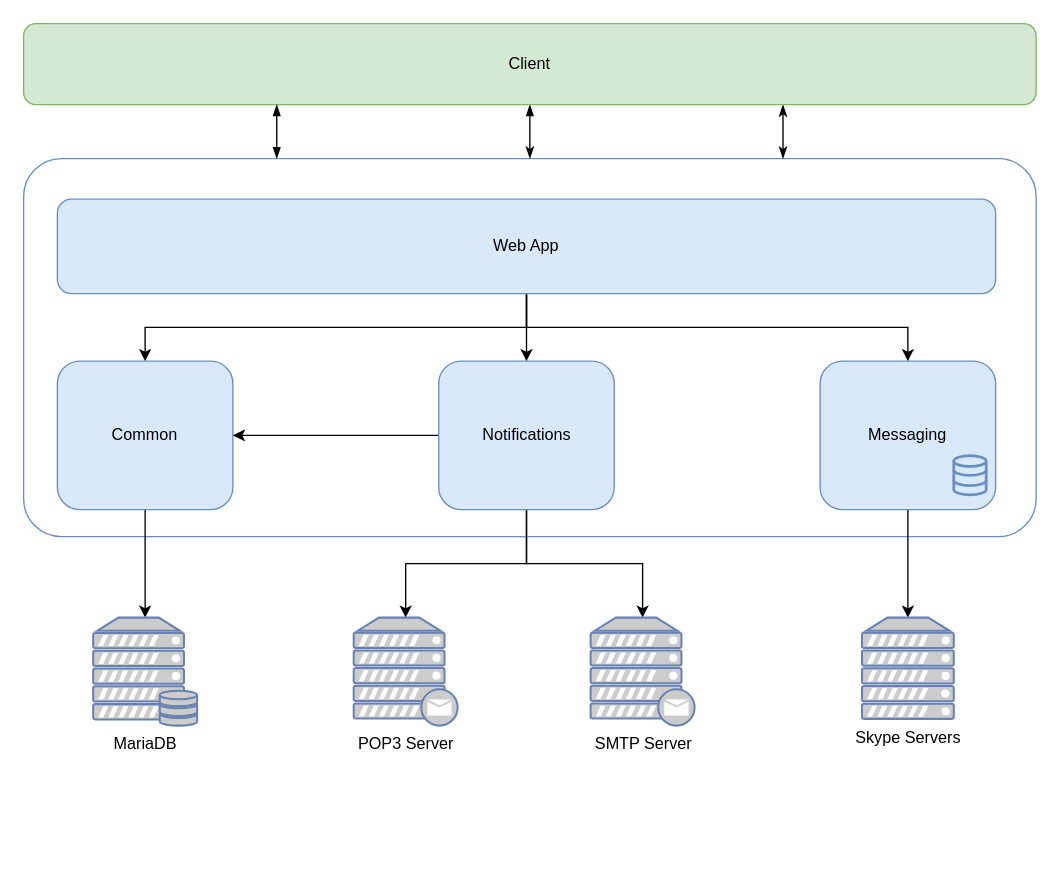
The draw.io diagram resources/FoodBot.drawio in laxsrbija/foodbot, before the edit. Source tidied: cells renumbered, new cells numbered last; positions are measured from the earlier drawing's top-left corner, leaving out a move shared by most shapes. Both pictures are drawn from the tidied source at 135%, with x=0, y=0 at pixel (23, 23). Pictures stored in the file or linked from it are replaced by grey dashed boxes.
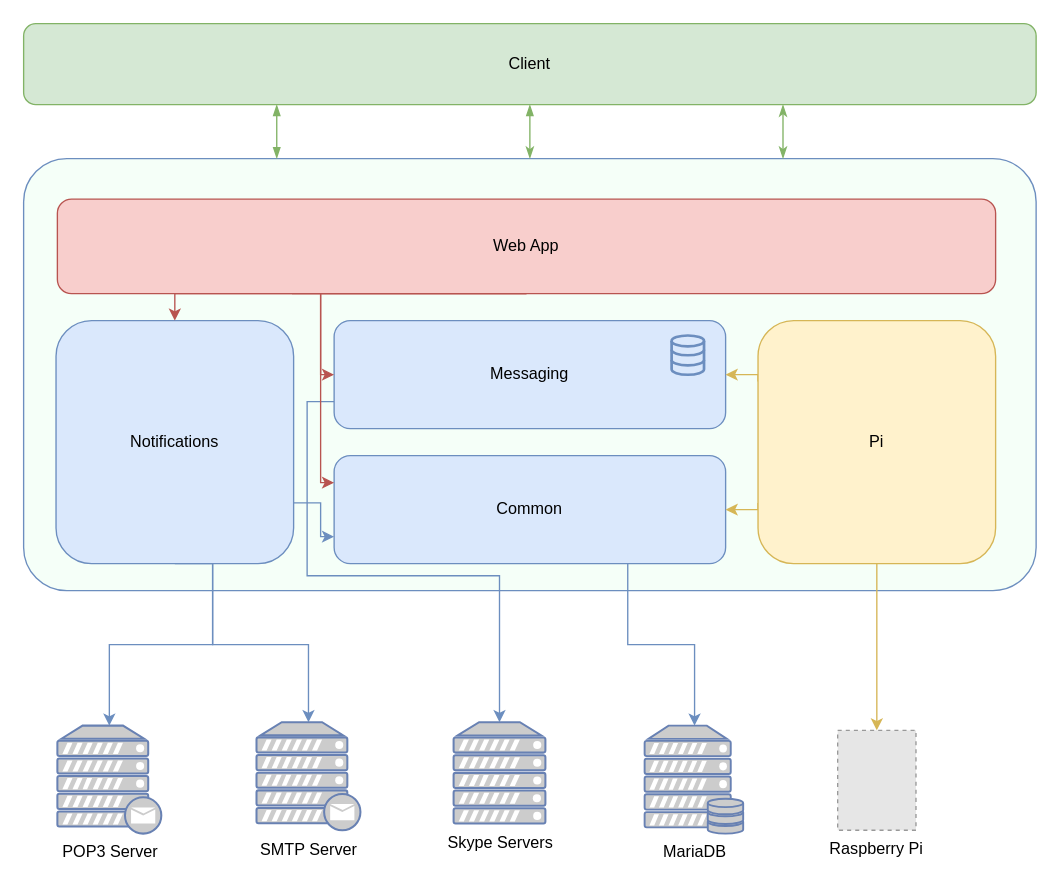
The same diagram, later.

The change refers to these unchanged cells:
```xml
<mxCell id="22" value="Client" style="rounded=1;whiteSpace=wrap;html=1;dashed=0;strokeColor=#82b366;fillColor=#d5e8d4;" parent="1" vertex="1">
  <mxGeometry width="750" height="60" as="geometry" />
</mxCell>
```

What changed in the source:
```diff
@@
-    <mxCell id="2" style="rounded=1;arcSize=10;strokeColor=#6c8ebf;fillColor=none;dashed=0;html=1;" parent="1" vertex="1">
-      <mxGeometry y="100" width="750" height="280" as="geometry" />
+    <mxCell id="2" style="rounded=1;arcSize=10;strokeColor=#6c8ebf;fillColor=#F5FFF8;dashed=0;html=1;" parent="1" vertex="1">
+      <mxGeometry y="100" width="750" height="320" as="geometry" />
     </mxCell>
-    <mxCell id="3" style="edgeStyle=orthogonalEdgeStyle;rounded=0;jettySize=auto;html=1;exitX=0.5;exitY=1;exitDx=0;exitDy=0;" parent="1" edge="1" source="4" target="18">
-      <mxGeometry relative="1" as="geometry" />
-    </mxCell>
+    <mxCell id="24" style="edgeStyle=orthogonalEdgeStyle;rounded=0;jettySize=auto;html=1;exitX=0.75;exitY=1;exitDx=0;exitDy=0;fillColor=#dae8fc;strokeColor=#6c8ebf;" parent="1" edge="1" source="4">
+      <mxGeometry relative="1" as="geometry">
+        <mxPoint x="497" y="520" as="targetPoint" />
+        <Array as="points">
+          <mxPoint x="448" y="460" />
+          <mxPoint x="497" y="460" />
+        </Array>
+      </mxGeometry>
+    </mxCell>
     <mxCell id="4" value="Common" style="rounded=1;whiteSpace=wrap;html=1;dashed=0;fillColor=#dae8fc;strokeColor=#6c8ebf;" parent="1" vertex="1">
-      <mxGeometry x="25" y="250" width="130" height="110" as="geometry" />
+      <mxGeometry x="230" y="320" width="290" height="80" as="geometry" />
     </mxCell>
-    <mxCell id="5" style="edgeStyle=orthogonalEdgeStyle;rounded=0;jettySize=auto;html=1;exitX=0.5;exitY=1;exitDx=0;exitDy=0;fontColor=#000000;" parent="1" edge="1" source="6" target="17">
-      <mxGeometry relative="1" as="geometry" />
+    <mxCell id="5" style="edgeStyle=orthogonalEdgeStyle;rounded=0;jettySize=auto;html=1;exitX=0;exitY=0.75;exitDx=0;exitDy=0;entryX=0.5;entryY=0;entryDx=0;entryDy=0;entryPerimeter=0;fillColor=#dae8fc;strokeColor=#6c8ebf;" parent="1" edge="1" source="6" target="17">
+      <mxGeometry relative="1" as="geometry">
+        <Array as="points">
+          <mxPoint x="210" y="280" />
+          <mxPoint x="210" y="409" />
+          <mxPoint x="352" y="409" />
+        </Array>
+      </mxGeometry>
     </mxCell>
     <mxCell id="6" value="Messaging" style="rounded=1;whiteSpace=wrap;html=1;dashed=0;fillColor=#dae8fc;strokeColor=#6c8ebf;" parent="1" vertex="1">
-      <mxGeometry x="590" y="250" width="130" height="110" as="geometry" />
+      <mxGeometry x="230" y="220" width="290" height="80" as="geometry" />
     </mxCell>
-    <mxCell id="7" style="edgeStyle=orthogonalEdgeStyle;rounded=0;jettySize=auto;html=1;exitX=0;exitY=0.5;exitDx=0;exitDy=0;" parent="1" edge="1" source="10" target="4">
-      <mxGeometry relative="1" as="geometry" />
-    </mxCell>
-    <mxCell id="8" style="edgeStyle=orthogonalEdgeStyle;rounded=0;jettySize=auto;html=1;exitX=0.5;exitY=1;exitDx=0;exitDy=0;entryX=0.5;entryY=0;entryDx=0;entryDy=0;entryPerimeter=0;" parent="1" edge="1" source="10" target="16">
-      <mxGeometry relative="1" as="geometry" />
+    <mxCell id="8" style="edgeStyle=orthogonalEdgeStyle;rounded=0;jettySize=auto;html=1;exitX=0.5;exitY=1;exitDx=0;exitDy=0;entryX=0.5;entryY=0;entryDx=0;entryDy=0;entryPerimeter=0;fillColor=#dae8fc;strokeColor=#6c8ebf;" parent="1" edge="1" source="10" target="16">
+      <mxGeometry relative="1" as="geometry">
+        <Array as="points">
+          <mxPoint x="140" y="400" />
+          <mxPoint x="140" y="460" />
+          <mxPoint x="63" y="460" />
+        </Array>
+      </mxGeometry>
     </mxCell>
-    <mxCell id="9" style="edgeStyle=orthogonalEdgeStyle;rounded=0;jettySize=auto;html=1;fontColor=#000000;" parent="1" edge="1" source="10" target="19">
-      <mxGeometry relative="1" as="geometry" />
+    <mxCell id="9" style="edgeStyle=orthogonalEdgeStyle;rounded=0;jettySize=auto;html=1;fontColor=#000000;fillColor=#dae8fc;strokeColor=#6c8ebf;" parent="1" edge="1" source="10" target="19">
+      <mxGeometry relative="1" as="geometry">
+        <Array as="points">
+          <mxPoint x="140" y="460" />
+          <mxPoint x="211" y="460" />
+        </Array>
+      </mxGeometry>
     </mxCell>
+    <mxCell id="7" style="edgeStyle=elbowEdgeStyle;rounded=0;jettySize=auto;html=1;exitX=1;exitY=0.75;exitDx=0;exitDy=0;entryX=0;entryY=0.75;entryDx=0;entryDy=0;fillColor=#dae8fc;strokeColor=#6c8ebf;" parent="1" edge="1" source="10" target="4">
+      <mxGeometry relative="1" as="geometry">
+        <Array as="points">
+          <mxPoint x="220" y="370" />
+        </Array>
+      </mxGeometry>
+    </mxCell>
     <mxCell id="10" value="Notifications" style="rounded=1;whiteSpace=wrap;html=1;dashed=0;fillColor=#dae8fc;strokeColor=#6c8ebf;" parent="1" vertex="1">
-      <mxGeometry x="307.5" y="250" width="130" height="110" as="geometry" />
+      <mxGeometry x="24" y="220" width="176" height="180" as="geometry" />
     </mxCell>
+    <mxCell id="13" style="edgeStyle=orthogonalEdgeStyle;rounded=0;jettySize=auto;html=1;exitX=0.5;exitY=1;exitDx=0;exitDy=0;entryX=0.5;entryY=0;entryDx=0;entryDy=0;fillColor=#f8cecc;strokeColor=#b85450;" parent="1" edge="1" source="14" target="10">
+      <mxGeometry relative="1" as="geometry">
+        <Array as="points">
+          <mxPoint x="112" y="200" />
+        </Array>
+      </mxGeometry>
+    </mxCell>
-    <mxCell id="11" style="edgeStyle=orthogonalEdgeStyle;rounded=0;jettySize=auto;html=1;" parent="1" edge="1" source="14" target="6">
-      <mxGeometry relative="1" as="geometry" />
+    <mxCell id="11" style="edgeStyle=orthogonalEdgeStyle;rounded=0;jettySize=auto;html=1;exitX=0.5;exitY=1;exitDx=0;exitDy=0;entryX=0;entryY=0.5;entryDx=0;entryDy=0;fillColor=#f8cecc;strokeColor=#b85450;" parent="1" edge="1" source="14" target="6">
+      <mxGeometry relative="1" as="geometry">
+        <Array as="points">
+          <mxPoint x="220" y="200" />
+          <mxPoint x="220" y="260" />
+        </Array>
+      </mxGeometry>
     </mxCell>
-    <mxCell id="12" style="edgeStyle=orthogonalEdgeStyle;rounded=0;jettySize=auto;html=1;" parent="1" edge="1" source="14" target="4">
-      <mxGeometry relative="1" as="geometry" />
+    <mxCell id="12" style="edgeStyle=orthogonalEdgeStyle;rounded=0;jettySize=auto;html=1;exitX=0.25;exitY=1;exitDx=0;exitDy=0;entryX=0;entryY=0.25;entryDx=0;entryDy=0;fillColor=#f8cecc;strokeColor=#b85450;" parent="1" edge="1" source="14" target="4">
+      <mxGeometry relative="1" as="geometry">
+        <Array as="points">
+          <mxPoint x="220" y="200" />
+          <mxPoint x="220" y="340" />
+        </Array>
+      </mxGeometry>
     </mxCell>
-    <mxCell id="13" style="edgeStyle=orthogonalEdgeStyle;rounded=0;jettySize=auto;html=1;" parent="1" edge="1" source="14" target="10">
-      <mxGeometry relative="1" as="geometry" />
-    </mxCell>
-    <mxCell id="14" value="Web App" style="rounded=1;whiteSpace=wrap;html=1;dashed=0;fillColor=#dae8fc;strokeColor=#6c8ebf;" parent="1" vertex="1">
+    <mxCell id="14" value="Web App" style="rounded=1;whiteSpace=wrap;html=1;dashed=0;fillColor=#f8cecc;strokeColor=#b85450;" parent="1" vertex="1">
       <mxGeometry x="25" y="130" width="695" height="70" as="geometry" />
     </mxCell>
     <mxCell id="15" style="html=1;verticalLabelPosition=bottom;align=center;labelBackgroundColor=#ffffff;verticalAlign=top;strokeWidth=2;strokeColor=#6c8ebf;fillColor=#dae8fc;shadow=0;dashed=0;shape=mxgraph.ios7.icons.data;" parent="1" vertex="1">
-      <mxGeometry x="689" y="320" width="24" height="29.1" as="geometry" />
+      <mxGeometry x="480" y="231" width="24" height="29.1" as="geometry" />
     </mxCell>
     <mxCell id="16" value="POP3 Server" style="fontColor=#000000;verticalAlign=top;verticalLabelPosition=bottom;labelPosition=center;align=center;html=1;outlineConnect=0;fillColor=#CCCCCC;strokeColor=#6881B3;gradientColor=none;gradientDirection=north;strokeWidth=2;shape=mxgraph.networks.mail_server;dashed=0;" parent="1" vertex="1">
-      <mxGeometry x="244.5" y="440" width="77" height="80" as="geometry" />
+      <mxGeometry x="25" y="520" width="77" height="80" as="geometry" />
     </mxCell>
     <mxCell id="17" value="&lt;font color=&quot;#000000&quot;&gt;Skype Servers&lt;/font&gt;" style="fontColor=#0066CC;verticalAlign=top;verticalLabelPosition=bottom;labelPosition=center;align=center;html=1;outlineConnect=0;fillColor=#CCCCCC;strokeColor=#6881B3;gradientColor=none;gradientDirection=north;strokeWidth=2;shape=mxgraph.networks.server;dashed=0;" parent="1" vertex="1">
-      <mxGeometry x="621" y="440" width="68" height="75" as="geometry" />
+      <mxGeometry x="318.5" y="517.5" width="68" height="75" as="geometry" />
     </mxCell>
     <mxCell id="18" value="&lt;font color=&quot;#000000&quot;&gt;MariaDB&lt;/font&gt;" style="fontColor=#0066CC;verticalAlign=top;verticalLabelPosition=bottom;labelPosition=center;align=center;html=1;outlineConnect=0;fillColor=#CCCCCC;strokeColor=#6881B3;gradientColor=none;gradientDirection=north;strokeWidth=2;shape=mxgraph.networks.server_storage;dashed=0;" parent="1" vertex="1">
-      <mxGeometry x="51.5" y="440" width="77" height="80" as="geometry" />
+      <mxGeometry x="460" y="520" width="73" height="80" as="geometry" />
     </mxCell>
     <mxCell id="19" value="SMTP Server" style="fontColor=#000000;verticalAlign=top;verticalLabelPosition=bottom;labelPosition=center;align=center;html=1;outlineConnect=0;fillColor=#CCCCCC;strokeColor=#6881B3;gradientColor=none;gradientDirection=north;strokeWidth=2;shape=mxgraph.networks.mail_server;dashed=0;" parent="1" vertex="1">
-      <mxGeometry x="420" y="440" width="77" height="80" as="geometry" />
+      <mxGeometry x="172.5" y="517.5" width="77" height="80" as="geometry" />
     </mxCell>
-    <mxCell id="20" style="rounded=0;jettySize=auto;html=1;exitX=0.5;exitY=1;exitDx=0;exitDy=0;entryX=0.5;entryY=0;entryDx=0;entryDy=0;fontColor=#000000;endArrow=classicThin;endFill=1;startArrow=blockThin;startFill=1;" parent="1" edge="1" source="22" target="2">
+    <mxCell id="20" style="rounded=0;jettySize=auto;html=1;exitX=0.5;exitY=1;exitDx=0;exitDy=0;entryX=0.5;entryY=0;entryDx=0;entryDy=0;fontColor=#000000;endArrow=classicThin;endFill=1;startArrow=blockThin;startFill=1;fillColor=#d5e8d4;strokeColor=#82b366;" parent="1" edge="1" source="22" target="2">
       <mxGeometry relative="1" as="geometry" />
     </mxCell>
-    <mxCell id="21" style="rounded=0;jettySize=auto;html=1;exitX=0.75;exitY=1;exitDx=0;exitDy=0;entryX=0.75;entryY=0;entryDx=0;entryDy=0;fontColor=#000000;startArrow=classicThin;startFill=1;endArrow=classicThin;endFill=1;" parent="1" edge="1" source="22" target="2">
+    <mxCell id="21" style="rounded=0;jettySize=auto;html=1;exitX=0.75;exitY=1;exitDx=0;exitDy=0;entryX=0.75;entryY=0;entryDx=0;entryDy=0;fontColor=#000000;startArrow=classicThin;startFill=1;endArrow=classicThin;endFill=1;fillColor=#d5e8d4;strokeColor=#82b366;" parent="1" edge="1" source="22" target="2">
       <mxGeometry relative="1" as="geometry" />
     </mxCell>
@@
-    <mxCell id="23" style="rounded=0;jettySize=auto;html=1;exitX=0.25;exitY=1;exitDx=0;exitDy=0;entryX=0.25;entryY=0;entryDx=0;entryDy=0;fontColor=#000000;startArrow=blockThin;startFill=1;endArrow=blockThin;endFill=1;" parent="1" edge="1" source="22" target="2">
+    <mxCell id="23" style="rounded=0;jettySize=auto;html=1;exitX=0.25;exitY=1;exitDx=0;exitDy=0;entryX=0.25;entryY=0;entryDx=0;entryDy=0;fontColor=#000000;startArrow=blockThin;startFill=1;endArrow=blockThin;endFill=1;fillColor=#d5e8d4;strokeColor=#82b366;" parent="1" edge="1" source="22" target="2">
       <mxGeometry relative="1" as="geometry" />
     </mxCell>
+    <mxCell id="25" style="edgeStyle=orthogonalEdgeStyle;rounded=0;jettySize=auto;html=1;exitX=0.5;exitY=1;exitDx=0;exitDy=0;entryX=0.5;entryY=0;entryDx=0;entryDy=0;fillColor=#fff2cc;strokeColor=#d6b656;" parent="1" edge="1" source="28" target="29">
+      <mxGeometry relative="1" as="geometry" />
+    </mxCell>
+    <mxCell id="26" style="rounded=0;jettySize=auto;html=1;exitX=0;exitY=0.25;exitDx=0;exitDy=0;entryX=1;entryY=0.5;entryDx=0;entryDy=0;edgeStyle=elbowEdgeStyle;fillColor=#fff2cc;strokeColor=#d6b656;" parent="1" edge="1" source="28" target="6">
+      <mxGeometry relative="1" as="geometry">
+        <Array as="points">
+          <mxPoint x="544" y="260" />
+        </Array>
+      </mxGeometry>
+    </mxCell>
+    <mxCell id="27" style="edgeStyle=elbowEdgeStyle;rounded=0;jettySize=auto;html=1;exitX=0;exitY=0.75;exitDx=0;exitDy=0;entryX=1;entryY=0.5;entryDx=0;entryDy=0;fillColor=#fff2cc;strokeColor=#d6b656;" parent="1" edge="1" source="28" target="4">
+      <mxGeometry relative="1" as="geometry">
+        <Array as="points">
+          <mxPoint x="544" y="360" />
+        </Array>
+      </mxGeometry>
+    </mxCell>
+    <mxCell id="28" value="Pi" style="rounded=1;whiteSpace=wrap;html=1;dashed=0;fillColor=#fff2cc;strokeColor=#d6b656;" parent="1" vertex="1">
+      <mxGeometry x="544" y="220" width="176" height="180" as="geometry" />
+    </mxCell>
+    <mxCell id="29" value="Raspberry Pi" style="fillColor=#E6E6E6;strokeColor=#999999;dashed=1;verticalAlign=top;labelPosition=center;verticalLabelPosition=bottom;align=center;" parent="1" vertex="1">
+      <mxGeometry x="603" y="523.5" width="58" height="74" as="geometry" />
+    </mxCell>
```
